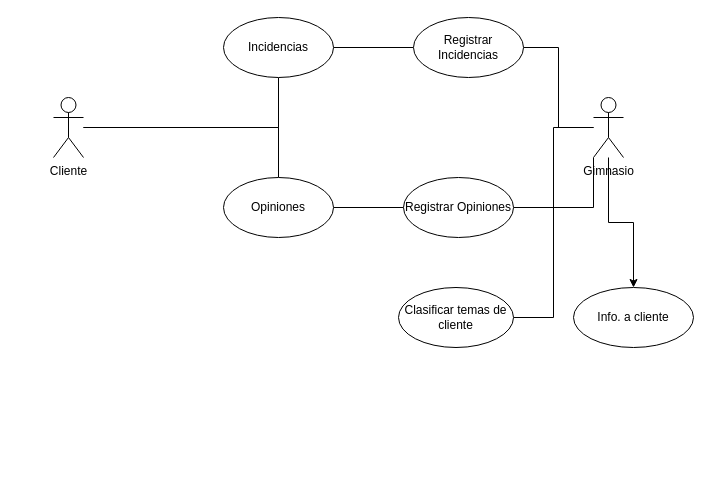
This is Casos de uso S2.drawio from HuBaMarin/projDespliegue, a draw.io file, before an edit. Source tidied: cells renumbered, new cells numbered last; positions are measured from the earlier drawing's top-left corner, leaving out a move shared by most shapes. Both pictures are drawn from the tidied source at 100%, with x=0, y=0 at pixel (53, 17).
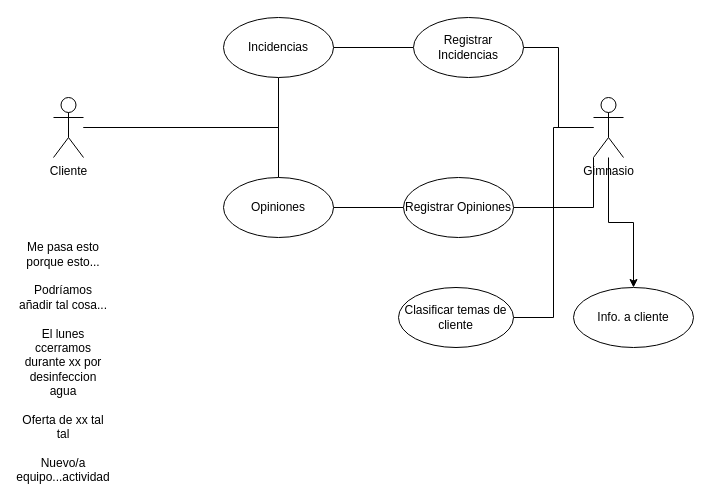
The same diagram, later.

What changed in the source:
```diff
@@
 <mxGraphModel>
   <root>
     <mxCell id="0" />
     <mxCell id="1" parent="0" />
     <mxCell id="2" style="edgeStyle=orthogonalEdgeStyle;rounded=0;jettySize=auto;html=1;entryX=0.5;entryY=1;entryDx=0;entryDy=0;endArrow=none;endFill=0;" parent="1" edge="1" source="4" target="6">
       <mxGeometry relative="1" as="geometry" />
     </mxCell>
     <mxCell id="3" style="edgeStyle=orthogonalEdgeStyle;rounded=0;jettySize=auto;html=1;endArrow=none;endFill=0;" parent="1" edge="1" source="4" target="14">
       <mxGeometry relative="1" as="geometry" />
     </mxCell>
     <mxCell id="4" value="Cliente" style="shape=umlActor;verticalLabelPosition=bottom;verticalAlign=top;html=1;outlineConnect=0;" parent="1" vertex="1">
       <mxGeometry y="80" width="30" height="60" as="geometry" />
     </mxCell>
     <mxCell id="5" style="edgeStyle=orthogonalEdgeStyle;rounded=0;jettySize=auto;html=1;entryX=0;entryY=0.5;entryDx=0;entryDy=0;endArrow=none;endFill=0;" parent="1" edge="1" source="6" target="12">
       <mxGeometry relative="1" as="geometry" />
     </mxCell>
     <mxCell id="6" value="Incidencias" style="ellipse;whiteSpace=wrap;html=1;" parent="1" vertex="1">
       <mxGeometry x="170" width="110" height="60" as="geometry" />
     </mxCell>
     <mxCell id="7" style="edgeStyle=orthogonalEdgeStyle;rounded=0;jettySize=auto;html=1;entryX=1;entryY=0.5;entryDx=0;entryDy=0;endArrow=none;endFill=0;" parent="1" edge="1" source="11" target="12">
       <mxGeometry relative="1" as="geometry" />
     </mxCell>
     <mxCell id="8" style="edgeStyle=orthogonalEdgeStyle;rounded=0;jettySize=auto;html=1;exitX=0;exitY=1;exitDx=0;exitDy=0;exitPerimeter=0;entryX=1;entryY=0.5;entryDx=0;entryDy=0;endArrow=none;endFill=0;" parent="1" edge="1" source="11" target="15">
       <mxGeometry relative="1" as="geometry" />
     </mxCell>
     <mxCell id="9" style="edgeStyle=orthogonalEdgeStyle;rounded=0;jettySize=auto;html=1;entryX=1;entryY=0.5;entryDx=0;entryDy=0;endArrow=none;endFill=0;" parent="1" edge="1" source="11" target="16">
       <mxGeometry relative="1" as="geometry" />
     </mxCell>
     <mxCell id="10" style="edgeStyle=orthogonalEdgeStyle;rounded=0;jettySize=auto;html=1;" parent="1" edge="1" source="11" target="17">
       <mxGeometry relative="1" as="geometry" />
     </mxCell>
     <mxCell id="11" value="Gimnasio" style="shape=umlActor;verticalLabelPosition=bottom;verticalAlign=top;html=1;outlineConnect=0;" parent="1" vertex="1">
       <mxGeometry x="540" y="80" width="30" height="60" as="geometry" />
     </mxCell>
     <mxCell id="12" value="Registrar Incidencias" style="ellipse;whiteSpace=wrap;html=1;" parent="1" vertex="1">
       <mxGeometry x="360" width="110" height="60" as="geometry" />
     </mxCell>
     <mxCell id="13" style="edgeStyle=orthogonalEdgeStyle;rounded=0;jettySize=auto;html=1;exitX=1;exitY=0.5;exitDx=0;exitDy=0;entryX=0;entryY=0.5;entryDx=0;entryDy=0;endArrow=none;endFill=0;" parent="1" edge="1" source="14" target="15">
       <mxGeometry relative="1" as="geometry" />
     </mxCell>
     <mxCell id="14" value="Opiniones" style="ellipse;whiteSpace=wrap;html=1;" parent="1" vertex="1">
       <mxGeometry x="170" y="160" width="110" height="60" as="geometry" />
     </mxCell>
     <mxCell id="15" value="Registrar Opiniones" style="ellipse;whiteSpace=wrap;html=1;" parent="1" vertex="1">
       <mxGeometry x="350" y="160" width="110" height="60" as="geometry" />
     </mxCell>
     <mxCell id="16" value="Clasificar temas de cliente" style="ellipse;whiteSpace=wrap;html=1;" parent="1" vertex="1">
       <mxGeometry x="345" y="270" width="115" height="60" as="geometry" />
     </mxCell>
     <mxCell id="17" value="Info. a cliente" style="ellipse;whiteSpace=wrap;html=1;" parent="1" vertex="1">
       <mxGeometry x="520" y="270" width="120" height="60" as="geometry" />
     </mxCell>
+    <mxCell id="18" value="Me pasa esto porque esto...&lt;div&gt;&lt;br&gt;&lt;/div&gt;&lt;div&gt;Podríamos añadir tal cosa...&lt;/div&gt;&lt;div&gt;&lt;br&gt;&lt;/div&gt;&lt;div&gt;El lunes ccerramos durante xx por desinfeccion agua&lt;/div&gt;&lt;div&gt;&lt;br&gt;&lt;/div&gt;&lt;div&gt;Oferta de xx tal tal&lt;/div&gt;&lt;div&gt;&lt;br&gt;&lt;/div&gt;&lt;div&gt;Nuevo/a equipo...actividad&lt;/div&gt;" style="text;html=1;align=center;verticalAlign=middle;whiteSpace=wrap;rounded=0;" parent="1" vertex="1">
+      <mxGeometry x="-20" y="330" width="60" height="30" as="geometry" />
+    </mxCell>
   </root>
 </mxGraphModel>
```
